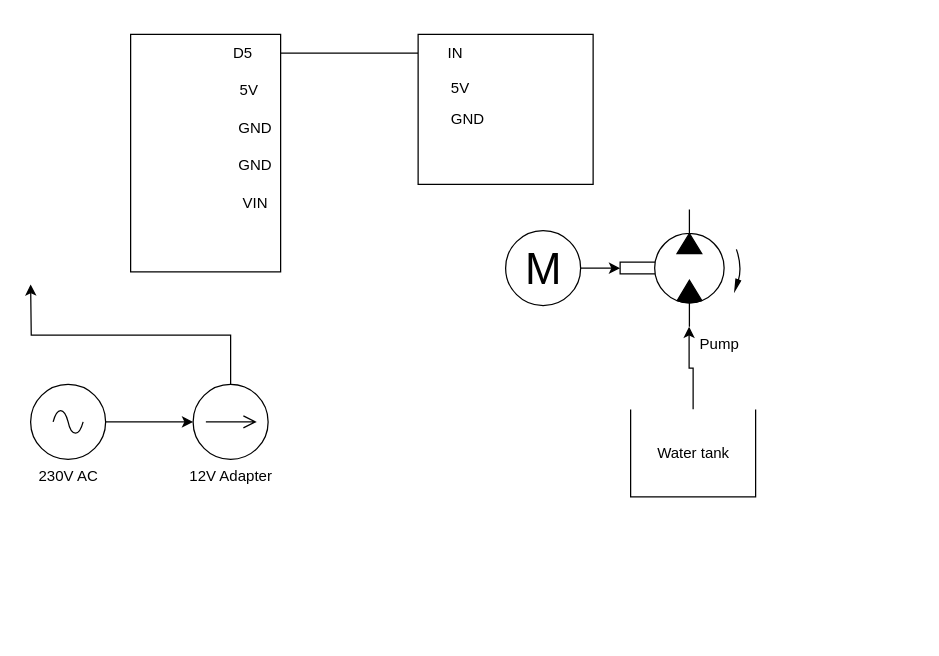
Above: Flow diagram and electrical.drawio in simostor/Automated-Greenhouse (draw.io), before the change. Source tidied: cells renumbered, new cells numbered last; positions are measured from the earlier drawing's top-left corner, leaving out a move shared by most shapes. Both pictures are drawn from the tidied source at 125%, with x=0, y=0 at pixel (30, 34).
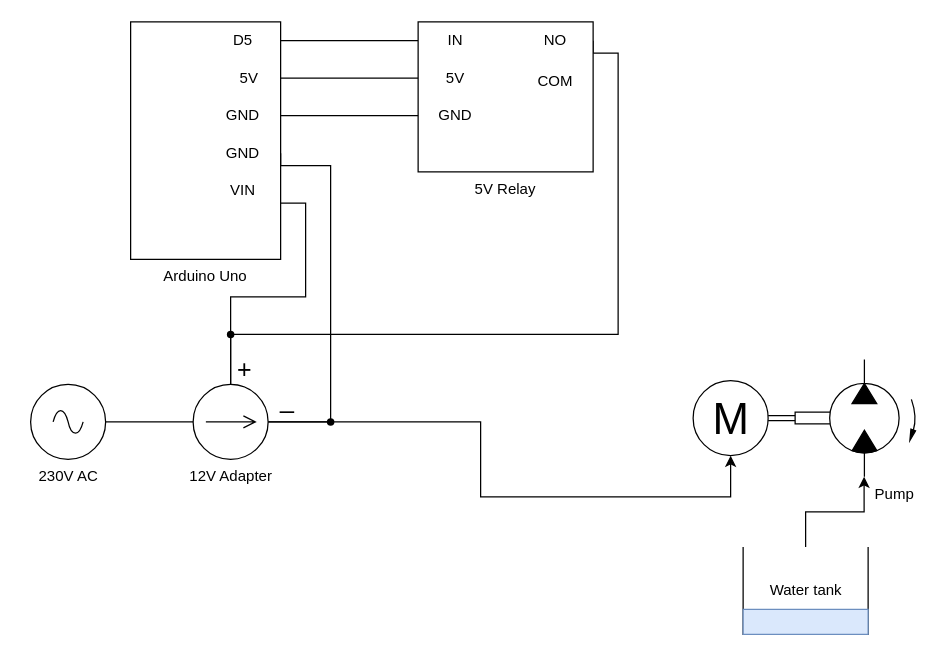
Above is the later version.

Commit message:
update in flow diagram

Unchanged cells that the change refers to:
```xml
<mxCell id="8" value="12V Adapter&lt;br&gt;" style="verticalLabelPosition=bottom;shadow=0;dashed=0;align=center;html=1;verticalAlign=top;shape=mxgraph.electrical.signal_sources.source;points=[[0.5,0,0],[1,0.5,0],[0.5,1,0],[0,0.5,0]];elSignalType=dc1;" parent="1" vertex="1">
  <mxGeometry x="130" y="280" width="60" height="60" as="geometry" />
</mxCell>
<mxCell id="17" value="230V AC" style="verticalLabelPosition=bottom;shadow=0;dashed=0;align=center;html=1;verticalAlign=top;shape=mxgraph.electrical.signal_sources.source;points=[[0.5,0,0],[1,0.5,0],[0.5,1,0],[0,0.5,0]];elSignalType=ac;" parent="1" vertex="1">
  <mxGeometry y="280" width="60" height="60" as="geometry" />
</mxCell>
```

Diff of the diagram source:
```diff
@@
     <mxCell id="2" value="Pump" style="verticalLabelPosition=bottom;html=1;verticalAlign=top;fillColor=strokeColor;align=right;outlineConnect=0;shape=mxgraph.fluid_power.x11260;points=[[0.57,0,0],[0.57,1,0]];" parent="1" vertex="1">
-      <mxGeometry x="471.6" y="140" width="96.8" height="93.9" as="geometry" />
+      <mxGeometry x="611.6" y="260" width="96.8" height="93.9" as="geometry" />
     </mxCell>
-    <mxCell id="3" style="edgeStyle=orthogonalEdgeStyle;rounded=0;jettySize=auto;html=1;" parent="1" edge="1" source="4" target="2">
+    <mxCell id="3" style="edgeStyle=orthogonalEdgeStyle;rounded=0;jettySize=auto;html=1;shape=link;" parent="1" edge="1" source="4" target="2">
       <mxGeometry relative="1" as="geometry" />
     </mxCell>
     <mxCell id="4" value="M" style="verticalLabelPosition=middle;shadow=0;dashed=0;align=center;html=1;verticalAlign=middle;strokeWidth=1;shape=ellipse;fontSize=35;" parent="1" vertex="1">
-      <mxGeometry x="380" y="157" width="60" height="60" as="geometry" />
+      <mxGeometry x="530" y="277" width="60" height="60" as="geometry" />
     </mxCell>
@@
     <mxCell id="6" value="Water tank" style="shape=mxgraph.pid.vessels.container,_tank,_cistern;html=1;align=center;verticalLabelPosition=middle;verticalAlign=middle;dashed=0;horizontal=1;labelPosition=center;" parent="1" vertex="1">
-      <mxGeometry x="480" y="300" width="100" height="70" as="geometry" />
+      <mxGeometry x="570" y="410" width="100" height="70" as="geometry" />
     </mxCell>
-    <mxCell id="7" style="edgeStyle=orthogonalEdgeStyle;rounded=0;jettySize=auto;html=1;exitX=0.5;exitY=0;exitDx=0;exitDy=0;exitPerimeter=0;" parent="1" edge="1" source="8">
-      <mxGeometry relative="1" as="geometry">
-        <mxPoint y="200" as="targetPoint" />
-      </mxGeometry>
-    </mxCell>
+    <mxCell id="22" style="edgeStyle=orthogonalEdgeStyle;rounded=0;jettySize=auto;html=1;entryX=1;entryY=0.5;entryDx=0;entryDy=0;endArrow=none;endFill=0;strokeWidth=1;" parent="1" edge="1" source="8" target="30">
+      <mxGeometry relative="1" as="geometry">
+        <Array as="points">
+          <mxPoint x="160" y="240" />
+          <mxPoint x="470" y="240" />
+          <mxPoint x="470" y="15" />
+        </Array>
+      </mxGeometry>
+    </mxCell>
+    <mxCell id="23" value="+" style="edgeLabel;html=1;align=center;verticalAlign=middle;fontSize=20;" parent="22" vertex="1">
+      <mxGeometry x="-0.9" relative="1" as="geometry">
+        <mxPoint x="10" y="16" as="offset" />
+      </mxGeometry>
+    </mxCell>
+    <mxCell id="24" style="edgeStyle=orthogonalEdgeStyle;rounded=0;jettySize=auto;html=1;endArrow=none;endFill=0;" parent="1" edge="1" source="8" target="21">
+      <mxGeometry relative="1" as="geometry">
+        <Array as="points">
+          <mxPoint x="160" y="210" />
+          <mxPoint x="220" y="210" />
+          <mxPoint x="220" y="135" />
+        </Array>
+      </mxGeometry>
+    </mxCell>
+    <mxCell id="25" style="edgeStyle=orthogonalEdgeStyle;rounded=0;jettySize=auto;html=1;entryX=1;entryY=0.5;entryDx=0;entryDy=0;endArrow=none;endFill=0;" parent="1" edge="1" source="8" target="20">
+      <mxGeometry relative="1" as="geometry">
+        <Array as="points">
+          <mxPoint x="240" y="310" />
+          <mxPoint x="240" y="105" />
+        </Array>
+      </mxGeometry>
+    </mxCell>
+    <mxCell id="26" style="edgeStyle=orthogonalEdgeStyle;rounded=0;jettySize=auto;html=1;" parent="1" edge="1" source="8" target="4">
+      <mxGeometry relative="1" as="geometry">
+        <Array as="points">
+          <mxPoint x="360" y="310" />
+          <mxPoint x="360" y="370" />
+          <mxPoint x="560" y="370" />
+        </Array>
+      </mxGeometry>
+    </mxCell>
+    <mxCell id="27" value="_" style="edgeLabel;html=1;align=center;verticalAlign=middle;fontSize=20;" parent="26" vertex="1">
+      <mxGeometry x="-0.94" relative="1" as="geometry">
+        <mxPoint y="-20" as="offset" />
+      </mxGeometry>
+    </mxCell>
@@
-    <mxCell id="9" style="rounded=0;whiteSpace=wrap;html=1;" parent="1" vertex="1">
-      <mxGeometry x="80" width="120" height="190" as="geometry" />
+    <mxCell id="9" value="&lt;div style=&quot;&quot;&gt;&lt;span style=&quot;background-color: initial;&quot;&gt;Arduino Uno&lt;/span&gt;&lt;/div&gt;" style="rounded=0;whiteSpace=wrap;html=1;align=center;labelPosition=center;verticalLabelPosition=bottom;verticalAlign=top;" parent="1" vertex="1">
+      <mxGeometry x="80" y="-10" width="120" height="190" as="geometry" />
     </mxCell>
@@
     <mxCell id="11" value="D5" style="text;html=1;strokeColor=none;fillColor=none;align=center;verticalAlign=middle;whiteSpace=wrap;rounded=0;" parent="1" vertex="1">
-      <mxGeometry x="140" width="60" height="30" as="geometry" />
+      <mxGeometry x="140" y="-10" width="60" height="30" as="geometry" />
     </mxCell>
-    <mxCell id="12" style="rounded=0;whiteSpace=wrap;html=1;" parent="1" vertex="1">
-      <mxGeometry x="310" width="140" height="120" as="geometry" />
+    <mxCell id="12" value="5V Relay" style="rounded=0;whiteSpace=wrap;html=1;align=center;labelPosition=center;verticalLabelPosition=bottom;verticalAlign=top;" parent="1" vertex="1">
+      <mxGeometry x="310" y="-10" width="140" height="120" as="geometry" />
     </mxCell>
     <mxCell id="13" value="IN" style="text;html=1;strokeColor=none;fillColor=none;align=center;verticalAlign=middle;whiteSpace=wrap;rounded=0;" parent="1" vertex="1">
-      <mxGeometry x="310" width="60" height="30" as="geometry" />
+      <mxGeometry x="310" y="-10" width="60" height="30" as="geometry" />
     </mxCell>
     <mxCell id="14" value="5V" style="text;html=1;strokeColor=none;fillColor=none;align=center;verticalAlign=middle;whiteSpace=wrap;rounded=0;" parent="1" vertex="1">
-      <mxGeometry x="314" y="30" width="60" height="25" as="geometry" />
+      <mxGeometry x="310" y="22.5" width="60" height="25" as="geometry" />
     </mxCell>
     <mxCell id="15" value="GND&lt;br&gt;" style="text;html=1;strokeColor=none;fillColor=none;align=center;verticalAlign=middle;whiteSpace=wrap;rounded=0;" parent="1" vertex="1">
-      <mxGeometry x="320" y="50" width="60" height="35" as="geometry" />
+      <mxGeometry x="310" y="47.5" width="60" height="35" as="geometry" />
     </mxCell>
-    <mxCell id="16" style="edgeStyle=orthogonalEdgeStyle;rounded=0;jettySize=auto;html=1;entryX=0;entryY=0.5;entryDx=0;entryDy=0;entryPerimeter=0;" parent="1" edge="1" source="17" target="8">
+    <mxCell id="16" style="edgeStyle=orthogonalEdgeStyle;rounded=0;jettySize=auto;html=1;entryX=0;entryY=0.5;entryDx=0;entryDy=0;entryPerimeter=0;endArrow=none;endFill=0;" parent="1" edge="1" source="17" target="8">
       <mxGeometry relative="1" as="geometry" />
     </mxCell>
@@
+    <mxCell id="28" style="edgeStyle=orthogonalEdgeStyle;rounded=0;jettySize=auto;html=1;endArrow=none;endFill=0;" parent="1" edge="1" source="18" target="14">
+      <mxGeometry relative="1" as="geometry" />
+    </mxCell>
     <mxCell id="18" value="5V" style="text;html=1;strokeColor=none;fillColor=none;align=center;verticalAlign=middle;whiteSpace=wrap;rounded=0;" parent="1" vertex="1">
-      <mxGeometry x="150" y="30" width="50" height="30" as="geometry" />
+      <mxGeometry x="150" y="20" width="50" height="30" as="geometry" />
     </mxCell>
+    <mxCell id="29" style="edgeStyle=orthogonalEdgeStyle;rounded=0;jettySize=auto;html=1;endArrow=none;endFill=0;" parent="1" edge="1" source="19" target="15">
+      <mxGeometry relative="1" as="geometry" />
+    </mxCell>
     <mxCell id="19" value="GND" style="text;html=1;strokeColor=none;fillColor=none;align=center;verticalAlign=middle;whiteSpace=wrap;rounded=0;" parent="1" vertex="1">
-      <mxGeometry x="150" y="60" width="60" height="30" as="geometry" />
+      <mxGeometry x="140" y="50" width="60" height="30" as="geometry" />
     </mxCell>
     <mxCell id="20" value="GND" style="text;html=1;strokeColor=none;fillColor=none;align=center;verticalAlign=middle;whiteSpace=wrap;rounded=0;" parent="1" vertex="1">
-      <mxGeometry x="150" y="90" width="60" height="30" as="geometry" />
+      <mxGeometry x="140" y="80" width="60" height="30" as="geometry" />
     </mxCell>
     <mxCell id="21" value="VIN" style="text;html=1;strokeColor=none;fillColor=none;align=center;verticalAlign=middle;whiteSpace=wrap;rounded=0;" parent="1" vertex="1">
-      <mxGeometry x="150" y="120" width="60" height="30" as="geometry" />
+      <mxGeometry x="140" y="110" width="60" height="30" as="geometry" />
     </mxCell>
+    <mxCell id="30" value="NO" style="text;html=1;strokeColor=none;fillColor=none;align=center;verticalAlign=middle;whiteSpace=wrap;rounded=0;" parent="1" vertex="1">
+      <mxGeometry x="390" y="-10" width="60" height="30" as="geometry" />
+    </mxCell>
+    <mxCell id="31" value="COM" style="text;html=1;strokeColor=none;fillColor=none;align=center;verticalAlign=middle;whiteSpace=wrap;rounded=0;" parent="1" vertex="1">
+      <mxGeometry x="390" y="22.5" width="60" height="30" as="geometry" />
+    </mxCell>
+    <mxCell id="32" style="shape=waypoint;sketch=0;fillStyle=solid;size=6;fillColor=none;perimeter=centerPerimeter;" parent="1" vertex="1">
+      <mxGeometry x="230" y="300" width="20" height="20" as="geometry" />
+    </mxCell>
+    <mxCell id="33" style="shape=waypoint;sketch=0;fillStyle=solid;size=6;fillColor=none;perimeter=centerPerimeter;" parent="1" vertex="1">
+      <mxGeometry x="150" y="230" width="20" height="20" as="geometry" />
+    </mxCell>
+    <mxCell id="34" style="rounded=0;whiteSpace=wrap;html=1;fillColor=#dae8fc;strokeColor=#6c8ebf;" parent="1" vertex="1">
+      <mxGeometry x="570" y="460" width="100" height="20" as="geometry" />
+    </mxCell>
```
